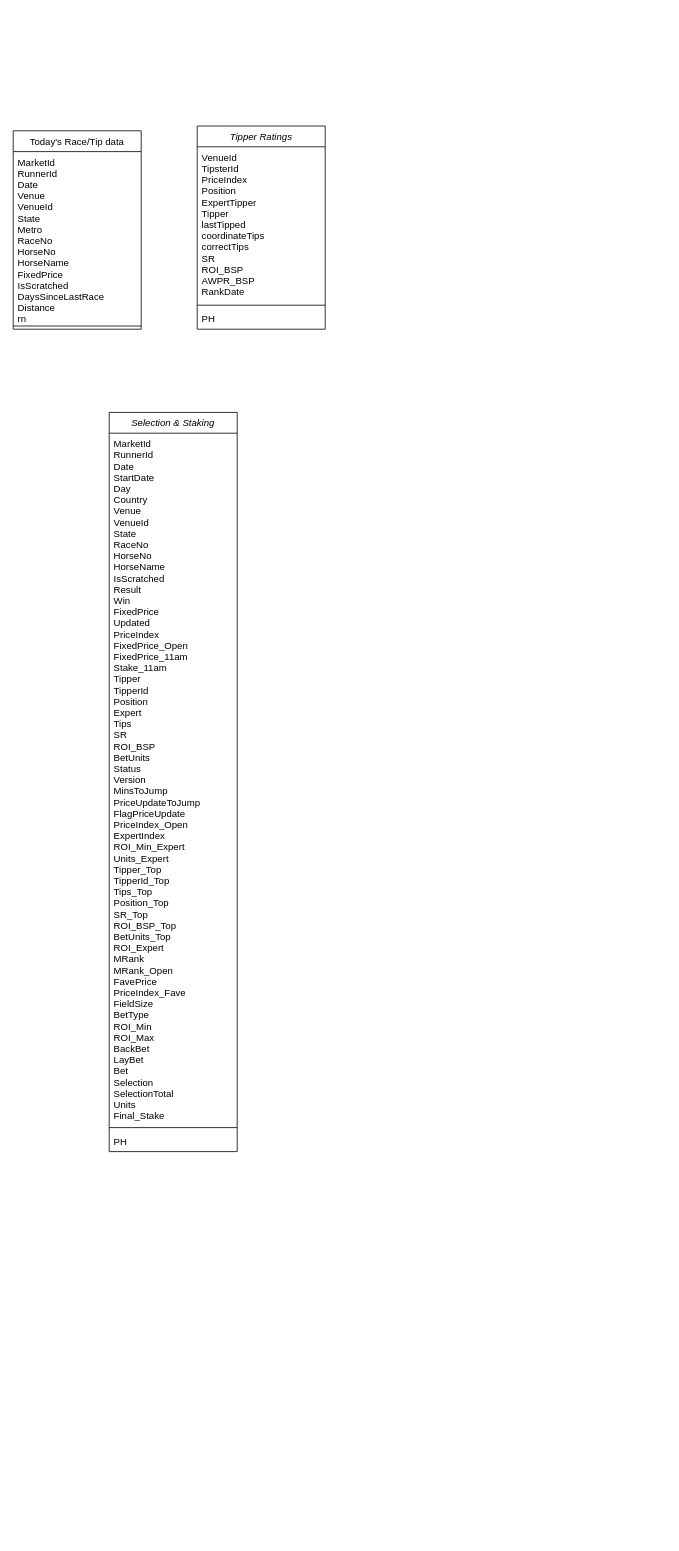
Earlier version of the draw.io diagram page "Tipper_Raceday" (3 of 4) of Untitled Diagram.drawio (zwjjoy/books-1). Source tidied: cells renumbered, new cells numbered last; positions are measured from the earlier drawing's top-left corner, leaving out a move shared by most shapes. Both pictures are drawn from the tidied source at 80%, with x=0, y=0 at pixel (13, 126).
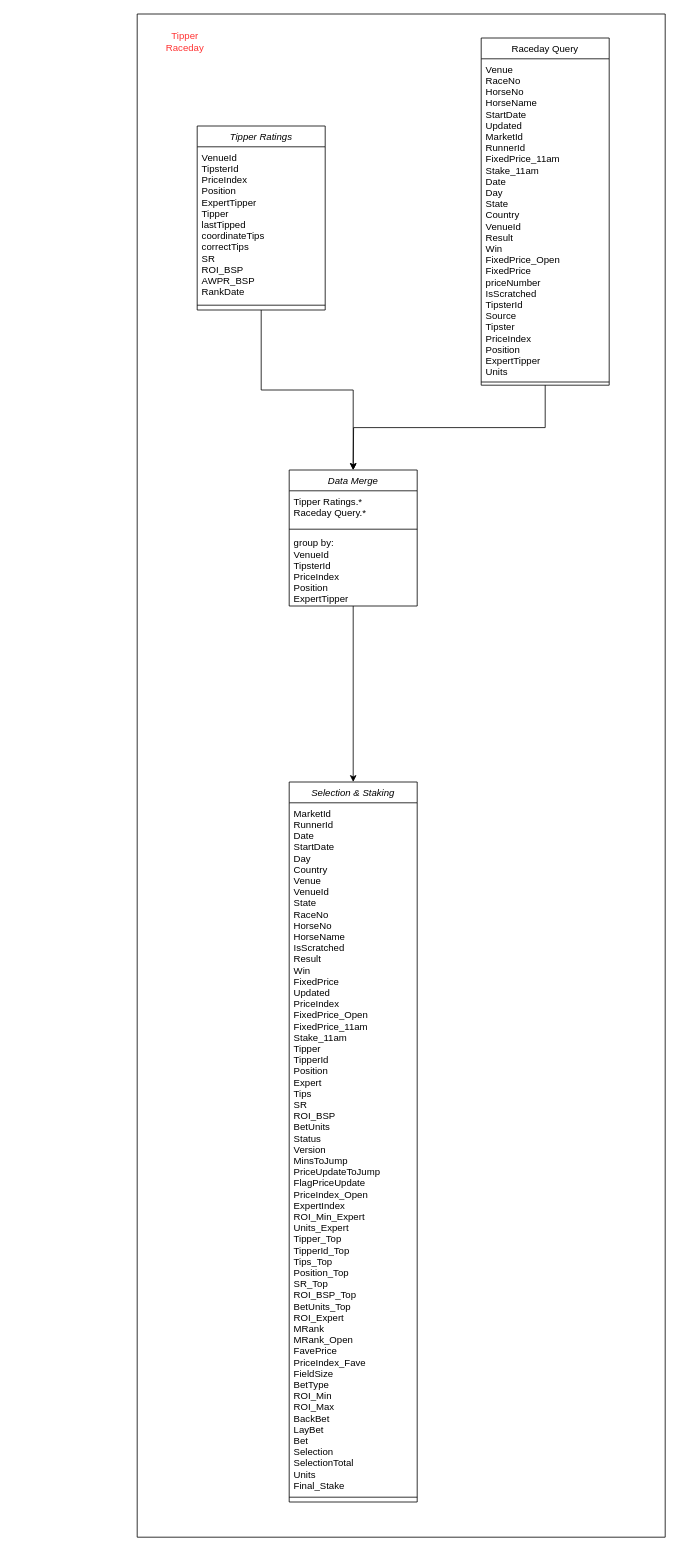
Above is the later version.

Diff of the diagram source:
```diff
@@
-    <mxCell id="2" value="Today's Race/Tip data" style="swimlane;fontStyle=0;align=center;verticalAlign=top;horizontal=1;startSize=26;rounded=0;shadow=0;strokeWidth=1;" parent="1" vertex="1">
-      <mxGeometry y="6" width="160" height="248" as="geometry" />
-    </mxCell>
-    <mxCell id="3" value="MarketId&#10;RunnerId&#10;Date&#10;Venue&#10;VenueId&#10;State&#10;Metro&#10;RaceNo&#10;HorseNo&#10;HorseName&#10;FixedPrice&#10;IsScratched&#10;DaysSinceLastRace&#10;Distance&#10;rn" style="text;align=left;verticalAlign=top;spacingLeft=4;spacingRight=4;overflow=hidden;" parent="2" vertex="1">
-      <mxGeometry y="26" width="160" height="214" as="geometry" />
-    </mxCell>
-    <mxCell id="4" style="line;html=1;strokeWidth=1;align=left;verticalAlign=middle;spacingTop=-1;spacingLeft=3;spacingRight=3;labelPosition=right;" parent="2" vertex="1">
-      <mxGeometry y="240" width="160" height="8" as="geometry" />
-    </mxCell>
+    <mxCell id="13" style="swimlane;startSize=0;labelBackgroundColor=none;fontColor=#FF3333;" parent="1" vertex="1">
+      <mxGeometry x="155" y="-140" width="660" height="1904" as="geometry" />
+    </mxCell>
+    <mxCell id="14" value="Tipper Raceday" style="text;html=1;strokeColor=none;fillColor=none;align=center;verticalAlign=middle;whiteSpace=wrap;rounded=0;labelBackgroundColor=none;fontColor=#FF3333;" parent="13" vertex="1">
+      <mxGeometry x="30" y="20" width="60" height="30" as="geometry" />
+    </mxCell>
+    <mxCell id="15" value="Data Merge" style="swimlane;fontStyle=2;align=center;verticalAlign=top;horizontal=1;startSize=26;rounded=0;shadow=0;strokeWidth=1;" parent="13" vertex="1">
+      <mxGeometry x="190" y="570" width="160" height="170" as="geometry" />
+    </mxCell>
+    <mxCell id="16" value="Tipper Ratings.*&#10;Raceday Query.*" style="text;align=left;verticalAlign=top;spacingLeft=4;spacingRight=4;overflow=hidden;" parent="15" vertex="1">
+      <mxGeometry y="26" width="160" height="44" as="geometry" />
+    </mxCell>
+    <mxCell id="17" style="line;html=1;strokeWidth=1;align=left;verticalAlign=middle;spacingTop=-1;spacingLeft=3;spacingRight=3;labelPosition=right;" parent="15" vertex="1">
+      <mxGeometry y="70" width="160" height="8" as="geometry" />
+    </mxCell>
+    <mxCell id="18" value="group by:&#10;VenueId&#10;TipsterId&#10;PriceIndex&#10;Position&#10;ExpertTipper&#10;" style="text;align=left;verticalAlign=top;spacingLeft=4;spacingRight=4;overflow=hidden;" parent="15" vertex="1">
+      <mxGeometry y="78" width="160" height="92" as="geometry" />
+    </mxCell>
+    <mxCell id="9" value="Selection &amp; Staking" style="swimlane;fontStyle=2;align=center;verticalAlign=top;horizontal=1;startSize=26;rounded=0;shadow=0;strokeWidth=1;" parent="13" vertex="1">
+      <mxGeometry x="190" y="960" width="160" height="900" as="geometry" />
+    </mxCell>
+    <mxCell id="10" value="MarketId&#10;RunnerId&#10;Date&#10;StartDate&#10;Day&#10;Country&#10;Venue&#10;VenueId&#10;State&#10;RaceNo&#10;HorseNo&#10;HorseName&#10;IsScratched&#10;Result&#10;Win&#10;FixedPrice&#10;Updated&#10;PriceIndex&#10;FixedPrice_Open&#10;FixedPrice_11am&#10;Stake_11am&#10;Tipper&#10;TipperId&#10;Position&#10;Expert&#10;Tips&#10;SR&#10;ROI_BSP&#10;BetUnits&#10;Status&#10;Version&#10;MinsToJump&#10;PriceUpdateToJump&#10;FlagPriceUpdate&#10;PriceIndex_Open&#10;ExpertIndex&#10;ROI_Min_Expert&#10;Units_Expert&#10;Tipper_Top&#10;TipperId_Top&#10;Tips_Top&#10;Position_Top&#10;SR_Top&#10;ROI_BSP_Top&#10;BetUnits_Top&#10;ROI_Expert&#10;MRank&#10;MRank_Open&#10;FavePrice&#10;PriceIndex_Fave&#10;FieldSize&#10;BetType&#10;ROI_Min&#10;ROI_Max&#10;BackBet&#10;LayBet&#10;Bet&#10;Selection&#10;SelectionTotal&#10;Units&#10;Final_Stake" style="text;align=left;verticalAlign=top;spacingLeft=4;spacingRight=4;overflow=hidden;" parent="9" vertex="1">
+      <mxGeometry y="26" width="160" height="864" as="geometry" />
+    </mxCell>
+    <mxCell id="11" style="line;html=1;strokeWidth=1;align=left;verticalAlign=middle;spacingTop=-1;spacingLeft=3;spacingRight=3;labelPosition=right;" parent="9" vertex="1">
+      <mxGeometry y="890" width="160" height="8" as="geometry" />
+    </mxCell>
+    <mxCell id="19" style="edgeStyle=orthogonalEdgeStyle;rounded=0;jettySize=auto;html=1;entryX=0.5;entryY=0;entryDx=0;entryDy=0;fontColor=#FF3333;" parent="13" edge="1" source="15" target="9">
+      <mxGeometry relative="1" as="geometry" />
+    </mxCell>
+    <mxCell id="20" style="edgeStyle=orthogonalEdgeStyle;rounded=0;jettySize=auto;html=1;fontColor=#FF3333;" parent="1" edge="1" source="5" target="15">
+      <mxGeometry relative="1" as="geometry" />
+    </mxCell>
     <mxCell id="5" value="Tipper Ratings" style="swimlane;fontStyle=2;align=center;verticalAlign=top;horizontal=1;startSize=26;rounded=0;shadow=0;strokeWidth=1;" parent="1" vertex="1">
-      <mxGeometry x="230" width="160" height="254" as="geometry" />
+      <mxGeometry x="230" width="160" height="230" as="geometry" />
     </mxCell>
@@
-    <mxCell id="8" value="PH" style="text;align=left;verticalAlign=top;spacingLeft=4;spacingRight=4;overflow=hidden;" parent="5" vertex="1">
-      <mxGeometry y="228" width="160" height="26" as="geometry" />
-    </mxCell>
-    <mxCell id="9" value="Selection &amp; Staking" style="swimlane;fontStyle=2;align=center;verticalAlign=top;horizontal=1;startSize=26;rounded=0;shadow=0;strokeWidth=1;" parent="1" vertex="1">
-      <mxGeometry x="120" y="358" width="160" height="924" as="geometry" />
-    </mxCell>
-    <mxCell id="10" value="MarketId&#10;RunnerId&#10;Date&#10;StartDate&#10;Day&#10;Country&#10;Venue&#10;VenueId&#10;State&#10;RaceNo&#10;HorseNo&#10;HorseName&#10;IsScratched&#10;Result&#10;Win&#10;FixedPrice&#10;Updated&#10;PriceIndex&#10;FixedPrice_Open&#10;FixedPrice_11am&#10;Stake_11am&#10;Tipper&#10;TipperId&#10;Position&#10;Expert&#10;Tips&#10;SR&#10;ROI_BSP&#10;BetUnits&#10;Status&#10;Version&#10;MinsToJump&#10;PriceUpdateToJump&#10;FlagPriceUpdate&#10;PriceIndex_Open&#10;ExpertIndex&#10;ROI_Min_Expert&#10;Units_Expert&#10;Tipper_Top&#10;TipperId_Top&#10;Tips_Top&#10;Position_Top&#10;SR_Top&#10;ROI_BSP_Top&#10;BetUnits_Top&#10;ROI_Expert&#10;MRank&#10;MRank_Open&#10;FavePrice&#10;PriceIndex_Fave&#10;FieldSize&#10;BetType&#10;ROI_Min&#10;ROI_Max&#10;BackBet&#10;LayBet&#10;Bet&#10;Selection&#10;SelectionTotal&#10;Units&#10;Final_Stake" style="text;align=left;verticalAlign=top;spacingLeft=4;spacingRight=4;overflow=hidden;" parent="9" vertex="1">
-      <mxGeometry y="26" width="160" height="864" as="geometry" />
-    </mxCell>
-    <mxCell id="11" style="line;html=1;strokeWidth=1;align=left;verticalAlign=middle;spacingTop=-1;spacingLeft=3;spacingRight=3;labelPosition=right;" parent="9" vertex="1">
-      <mxGeometry y="890" width="160" height="8" as="geometry" />
-    </mxCell>
-    <mxCell id="12" value="PH" style="text;align=left;verticalAlign=top;spacingLeft=4;spacingRight=4;overflow=hidden;" parent="9" vertex="1">
-      <mxGeometry y="898" width="160" height="26" as="geometry" />
-    </mxCell>
+    <mxCell id="21" style="edgeStyle=orthogonalEdgeStyle;rounded=0;jettySize=auto;html=1;fontColor=#FF3333;exitX=0.5;exitY=1;exitDx=0;exitDy=0;" parent="1" edge="1" source="22">
+      <mxGeometry relative="1" as="geometry">
+        <mxPoint x="425" y="430" as="targetPoint" />
+      </mxGeometry>
+    </mxCell>
+    <mxCell id="22" value="Raceday Query" style="swimlane;fontStyle=0;align=center;verticalAlign=top;horizontal=1;startSize=26;rounded=0;shadow=0;strokeWidth=1;" parent="1" vertex="1">
+      <mxGeometry x="585" y="-110" width="160" height="434" as="geometry" />
+    </mxCell>
+    <mxCell id="23" value="Venue&#10;RaceNo&#10;HorseNo&#10;HorseName&#10;StartDate&#10;Updated&#10;MarketId&#10;RunnerId&#10;FixedPrice_11am&#10;Stake_11am&#10;Date&#10;Day&#10;State&#10;Country&#10;VenueId&#10;Result&#10;Win&#10;FixedPrice_Open&#10;FixedPrice&#10;priceNumber&#10;IsScratched&#10;TipsterId&#10;Source&#10;Tipster&#10;PriceIndex&#10;Position&#10;ExpertTipper&#10;Units" style="text;align=left;verticalAlign=top;spacingLeft=4;spacingRight=4;overflow=hidden;" parent="22" vertex="1">
+      <mxGeometry y="26" width="160" height="400" as="geometry" />
+    </mxCell>
+    <mxCell id="24" style="line;html=1;strokeWidth=1;align=left;verticalAlign=middle;spacingTop=-1;spacingLeft=3;spacingRight=3;labelPosition=right;" parent="22" vertex="1">
+      <mxGeometry y="426" width="160" height="8" as="geometry" />
+    </mxCell>
```
